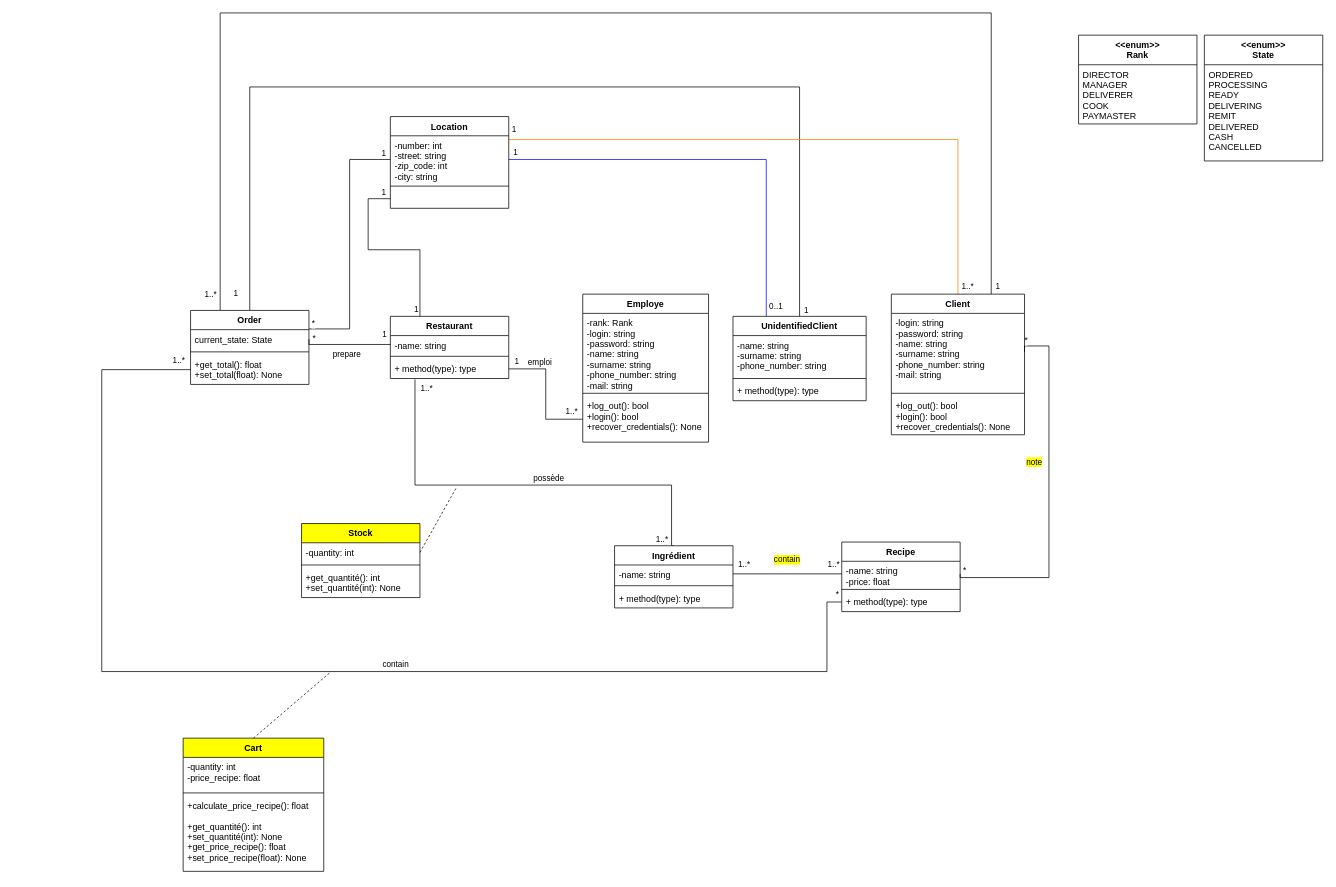
damien-devpy/OC-P6 keeps this draw.io diagram as Class diagram.drawio. Above is the earlier version. Source tidied: cells renumbered, new cells numbered last; positions are measured from the earlier drawing's top-left corner, leaving out a move shared by most shapes. Both pictures are drawn from the tidied source at 74%, with x=0, y=0 at pixel (101, 13).
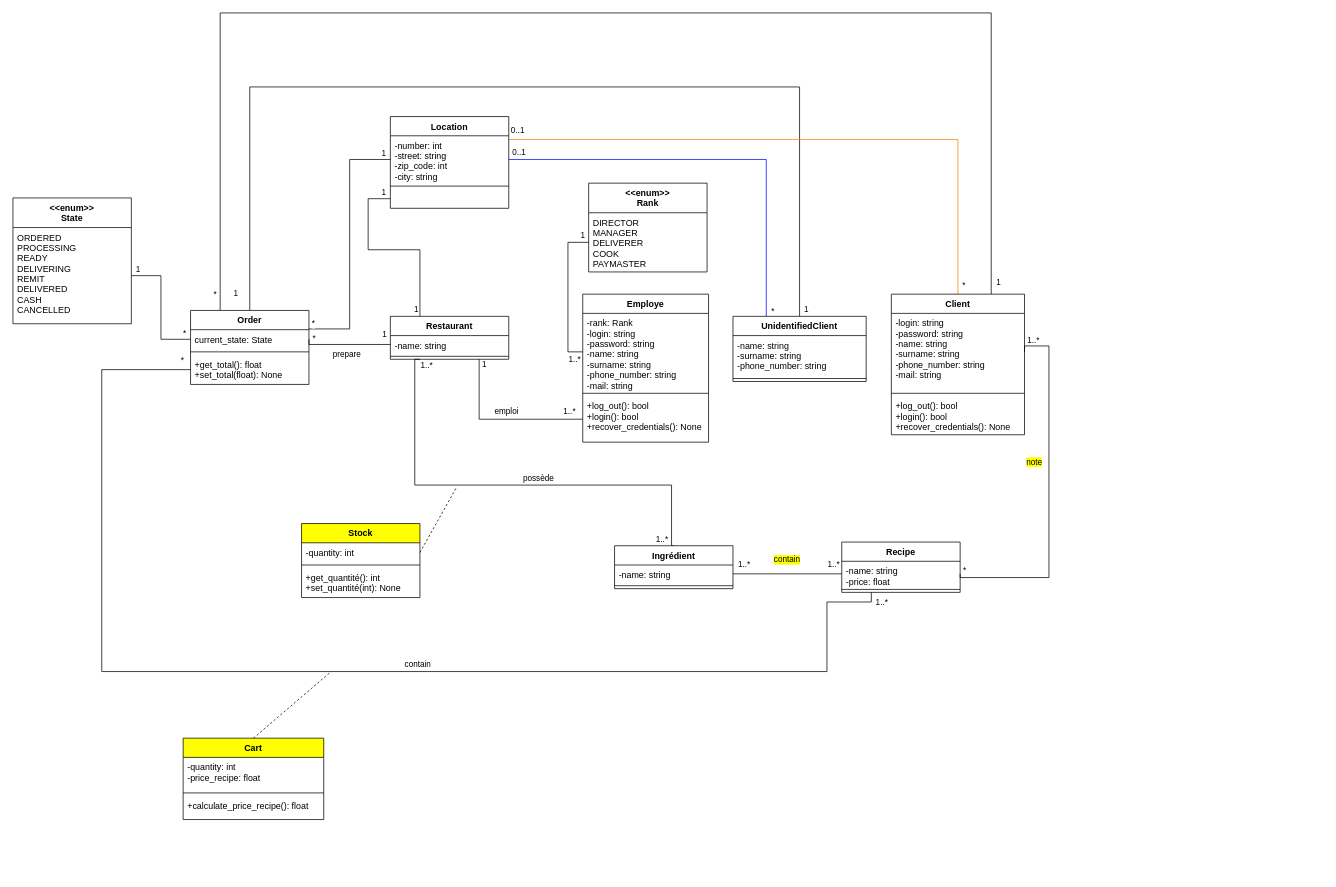
The same diagram, later.

Commit message (it also covers changes not shown here):
Deployement diagram. Multiplicity

Unchanged cells that the change refers to:
```xml
<mxCell id="15" style="edgeStyle=orthogonalEdgeStyle;rounded=0;jettySize=auto;html=1;exitX=1;exitY=0.5;exitDx=0;exitDy=0;entryX=1;entryY=0.5;entryDx=0;entryDy=0;endArrow=none;endFill=0;endSize=8;" parent="1" edge="1" source="41" target="56">
  <mxGeometry relative="1" as="geometry">
    <Array as="points">
      <mxPoint x="1247" y="450" />
      <mxPoint x="1280" y="450" />
      <mxPoint x="1280" y="763" />
      <mxPoint x="1160" y="763" />
    </Array>
  </mxGeometry>
</mxCell>
<mxCell id="27" style="edgeStyle=orthogonalEdgeStyle;rounded=0;jettySize=auto;html=1;exitX=0.5;exitY=0;exitDx=0;exitDy=0;endArrow=none;endFill=0;strokeWidth=1;endSize=8;strokeColor=#000000;entryX=0.5;entryY=0;entryDx=0;entryDy=0;" parent="1" edge="1" source="47" target="62">
  <mxGeometry relative="1" as="geometry">
    <Array as="points">
      <mxPoint x="943" y="100" />
      <mxPoint x="200" y="100" />
    </Array>
  </mxGeometry>
</mxCell>
<mxCell id="30" style="edgeStyle=orthogonalEdgeStyle;rounded=0;jettySize=auto;html=1;exitX=0.5;exitY=0;exitDx=0;exitDy=0;endArrow=none;endFill=0;endSize=8;strokeColor=#FF8000;entryX=1;entryY=0.25;entryDx=0;entryDy=0;" parent="1" edge="1" source="40" target="78">
  <mxGeometry relative="1" as="geometry">
    <Array as="points">
      <mxPoint x="1157" y="171" />
    </Array>
  </mxGeometry>
</mxCell>
<mxCell id="37" style="edgeStyle=orthogonalEdgeStyle;rounded=0;jettySize=auto;html=1;exitX=0.75;exitY=0;exitDx=0;exitDy=0;endArrow=none;endFill=0;strokeColor=#000000;entryX=0.25;entryY=0;entryDx=0;entryDy=0;" parent="1" edge="1" source="40" target="62">
  <mxGeometry relative="1" as="geometry">
    <Array as="points">
      <mxPoint x="1202" />
      <mxPoint x="160" />
    </Array>
  </mxGeometry>
</mxCell>
<mxCell id="44" style="edgeStyle=orthogonalEdgeStyle;rounded=0;jettySize=auto;html=1;exitX=0.25;exitY=0;exitDx=0;exitDy=0;endArrow=none;endFill=0;strokeColor=#0000FF;entryX=1;entryY=0.5;entryDx=0;entryDy=0;" parent="1" edge="1" source="47" target="79">
  <mxGeometry relative="1" as="geometry">
    <Array as="points">
      <mxPoint x="898" y="198" />
    </Array>
  </mxGeometry>
</mxCell>
<mxCell id="63" value="current_state: State" style="text;strokeColor=none;fillColor=none;align=left;verticalAlign=top;spacingLeft=4;spacingRight=4;overflow=hidden;points=[[0,0.5],[1,0.5]];portConstraint=eastwest;" parent="62" vertex="1">
  <mxGeometry y="26" width="160" height="26" as="geometry" />
</mxCell>
<mxCell id="65" value="+get_total(): float&#10;+set_total(float): None" style="text;strokeColor=none;fillColor=none;align=left;verticalAlign=top;spacingLeft=4;spacingRight=4;overflow=hidden;points=[[0,0.5],[1,0.5]];portConstraint=eastwest;" parent="62" vertex="1">
  <mxGeometry y="60" width="160" height="40" as="geometry" />
</mxCell>
<mxCell id="67" value="-rank: Rank&#10;-login: string&#10;-password: string&#10;-name: string&#10;-surname: string&#10;-phone_number: string&#10;-mail: string" style="text;strokeColor=none;fillColor=none;align=left;verticalAlign=top;spacingLeft=4;spacingRight=4;overflow=hidden;points=[[0,0.5],[1,0.5]];portConstraint=eastwest;" parent="66" vertex="1">
  <mxGeometry y="26" width="170" height="104" as="geometry" />
</mxCell>
<mxCell id="69" value="+log_out(): bool&#10;+login(): bool&#10;+recover_credentials(): None&#10;" style="text;strokeColor=none;fillColor=none;align=left;verticalAlign=top;spacingLeft=4;spacingRight=4;overflow=hidden;points=[[0,0.5],[1,0.5]];portConstraint=eastwest;" parent="66" vertex="1">
  <mxGeometry y="138" width="170" height="62" as="geometry" />
</mxCell>
```

The edit, as a diff of the source:
```diff
@@
-    <mxCell id="2" style="endArrow=none;html=1;entryX=0;entryY=0.5;entryDx=0;entryDy=0;exitX=1;exitY=0.5;exitDx=0;exitDy=0;edgeStyle=orthogonalEdgeStyle;rounded=0;" parent="1" edge="1" source="54" target="69">
+    <mxCell id="2" style="endArrow=none;html=1;entryX=0;entryY=0.5;entryDx=0;entryDy=0;exitX=0.75;exitY=1;exitDx=0;exitDy=0;edgeStyle=orthogonalEdgeStyle;rounded=0;" parent="1" edge="1" source="51" target="69">
       <mxGeometry relative="1" as="geometry" />
     </mxCell>
     <mxCell id="3" value="emploi" style="edgeLabel;html=1;align=center;verticalAlign=middle;" parent="2" vertex="1">
       <mxGeometry x="0.17" y="3" relative="1" as="geometry">
-        <mxPoint x="-12" y="-58" as="offset" />
+        <mxPoint x="-12" y="-8" as="offset" />
       </mxGeometry>
     </mxCell>
     <mxCell id="4" value="1" style="edgeLabel;html=1;align=center;verticalAlign=middle;" parent="2" vertex="1">
       <mxGeometry x="-0.86" y="2" relative="1" as="geometry">
-        <mxPoint x="-2" y="-9" as="offset" />
+        <mxPoint x="4" y="-9" as="offset" />
       </mxGeometry>
     </mxCell>
@@
-    <mxCell id="6" style="endArrow=none;html=1;edgeStyle=orthogonalEdgeStyle;rounded=0;entryX=0.208;entryY=1.047;entryDx=0;entryDy=0;entryPerimeter=0;exitX=0.5;exitY=0;exitDx=0;exitDy=0;" parent="1" edge="1" source="33" target="54">
+    <mxCell id="6" style="endArrow=none;html=1;edgeStyle=orthogonalEdgeStyle;rounded=0;entryX=0.25;entryY=1;entryDx=0;entryDy=0;exitX=0.5;exitY=0;exitDx=0;exitDy=0;" parent="1" edge="1" source="33" target="51">
       <mxGeometry relative="1" as="geometry">
         <Array as="points">
           <mxPoint x="770" y="720" />
           <mxPoint x="770" y="638" />
           <mxPoint x="423" y="638" />
+          <mxPoint x="423" y="468" />
         </Array>
       </mxGeometry>
     </mxCell>
@@
-    <mxCell id="18" value="*" style="edgeLabel;html=1;align=center;verticalAlign=middle;" parent="15" vertex="1">
+    <mxCell id="18" value="1..*" style="edgeLabel;html=1;align=center;verticalAlign=middle;" parent="15" vertex="1">
       <mxGeometry x="-0.89" y="-1" relative="1" as="geometry">
-        <mxPoint x="-17" y="-9" as="offset" />
+        <mxPoint x="-6.6" y="-10" as="offset" />
       </mxGeometry>
     </mxCell>
@@
-    <mxCell id="23" style="edgeStyle=orthogonalEdgeStyle;rounded=0;jettySize=auto;html=1;exitX=0;exitY=0.5;exitDx=0;exitDy=0;entryX=0;entryY=0.5;entryDx=0;entryDy=0;endArrow=none;endFill=0;" parent="1" edge="1" source="58" target="65">
+    <mxCell id="23" style="edgeStyle=orthogonalEdgeStyle;rounded=0;jettySize=auto;html=1;exitX=0.25;exitY=1;exitDx=0;exitDy=0;entryX=0;entryY=0.5;entryDx=0;entryDy=0;endArrow=none;endFill=0;" parent="1" edge="1" source="55" target="65">
       <mxGeometry relative="1" as="geometry">
         <Array as="points">
+          <mxPoint x="1040" y="796" />
           <mxPoint x="980" y="796" />
           <mxPoint x="980" y="890" />
           <mxPoint y="890" />
           <mxPoint y="482" />
         </Array>
       </mxGeometry>
     </mxCell>
@@
-    <mxCell id="25" value="*" style="edgeLabel;html=1;align=center;verticalAlign=middle;" parent="23" vertex="1">
+    <mxCell id="25" value="1..*" style="edgeLabel;html=1;align=center;verticalAlign=middle;" parent="23" vertex="1">
       <mxGeometry x="-0.95" y="-1" relative="1" as="geometry">
-        <mxPoint x="14" y="-31.9" as="offset" />
+        <mxPoint x="42" y="1" as="offset" />
       </mxGeometry>
     </mxCell>
-    <mxCell id="26" value="1..*" style="edgeLabel;html=1;align=center;verticalAlign=middle;" parent="23" vertex="1">
+    <mxCell id="26" value="*" style="edgeLabel;html=1;align=center;verticalAlign=middle;" parent="23" vertex="1">
       <mxGeometry x="0.91" y="-2" relative="1" as="geometry">
-        <mxPoint x="56.2" y="-16" as="offset" />
+        <mxPoint x="63.2" y="-16" as="offset" />
       </mxGeometry>
     </mxCell>
@@
     <mxCell id="29" value="1" style="edgeLabel;html=1;align=center;verticalAlign=middle;" parent="27" vertex="1">
       <mxGeometry x="-0.98" y="-2" relative="1" as="geometry">
-        <mxPoint x="6" y="5" as="offset" />
+        <mxPoint x="6" y="3" as="offset" />
       </mxGeometry>
     </mxCell>
@@
-    <mxCell id="31" value="1..*" style="edgeLabel;html=1;align=center;verticalAlign=middle;" parent="30" vertex="1">
+    <mxCell id="31" value="*" style="edgeLabel;html=1;align=center;verticalAlign=middle;" parent="30" vertex="1">
       <mxGeometry x="-0.96" y="1" relative="1" as="geometry">
-        <mxPoint x="13" y="4" as="offset" />
+        <mxPoint x="8" y="3.2" as="offset" />
       </mxGeometry>
     </mxCell>
-    <mxCell id="32" value="1" style="edgeLabel;html=1;align=center;verticalAlign=middle;" parent="30" vertex="1">
+    <mxCell id="32" value="0..1" style="edgeLabel;html=1;align=center;verticalAlign=middle;" parent="30" vertex="1">
       <mxGeometry x="0.95" y="1" relative="1" as="geometry">
-        <mxPoint x="-13.8" y="-16" as="offset" />
+        <mxPoint x="-8.2" y="-14" as="offset" />
       </mxGeometry>
     </mxCell>
     <mxCell id="33" value="Ingrédient" style="swimlane;fontStyle=1;align=center;verticalAlign=top;horizontal=1;startSize=26;" parent="1" vertex="1">
-      <mxGeometry x="693" y="720" width="160" height="84" as="geometry" />
+      <mxGeometry x="693" y="720" width="160" height="58" as="geometry" />
     </mxCell>
@@
-    <mxCell id="36" value="+ method(type): type" style="text;strokeColor=none;fillColor=none;align=left;verticalAlign=top;spacingLeft=4;spacingRight=4;overflow=hidden;" parent="33" vertex="1">
-      <mxGeometry y="58" width="160" height="26" as="geometry" />
-    </mxCell>
@@
-    <mxCell id="38" value="1..*" style="edgeLabel;html=1;align=center;verticalAlign=middle;" parent="37" vertex="1">
+    <mxCell id="38" value="*" style="edgeLabel;html=1;align=center;verticalAlign=middle;" parent="37" vertex="1">
       <mxGeometry x="0.98" y="-2" relative="1" as="geometry">
-        <mxPoint x="-12" y="-5" as="offset" />
+        <mxPoint x="-6" y="-5" as="offset" />
       </mxGeometry>
     </mxCell>
     <mxCell id="39" value="1" style="edgeLabel;html=1;align=center;verticalAlign=middle;" parent="37" vertex="1">
       <mxGeometry x="-0.98" y="-1" relative="1" as="geometry">
-        <mxPoint x="7" y="6" as="offset" />
+        <mxPoint x="8" y="1" as="offset" />
       </mxGeometry>
     </mxCell>
@@
-    <mxCell id="45" value="0..1" style="edgeLabel;html=1;align=center;verticalAlign=middle;" parent="44" vertex="1">
+    <mxCell id="45" value="*" style="edgeLabel;html=1;align=center;verticalAlign=middle;" parent="44" vertex="1">
       <mxGeometry x="-0.95" relative="1" as="geometry">
-        <mxPoint x="12" as="offset" />
+        <mxPoint x="8" y="6" as="offset" />
       </mxGeometry>
     </mxCell>
-    <mxCell id="46" value="1" style="edgeLabel;html=1;align=center;verticalAlign=middle;" parent="44" vertex="1">
+    <mxCell id="46" value="0..1" style="edgeLabel;html=1;align=center;verticalAlign=middle;" parent="44" vertex="1">
       <mxGeometry x="0.96" y="1" relative="1" as="geometry">
-        <mxPoint x="-3" y="-11" as="offset" />
+        <mxPoint x="2" y="-11" as="offset" />
       </mxGeometry>
     </mxCell>
     <mxCell id="47" value="UnidentifiedClient" style="swimlane;fontStyle=1;align=center;verticalAlign=top;horizontal=1;startSize=26;" parent="1" vertex="1">
-      <mxGeometry x="853" y="410" width="180" height="114" as="geometry" />
+      <mxGeometry x="853" y="410" width="180" height="88" as="geometry" />
     </mxCell>
@@
-    <mxCell id="50" value="+ method(type): type" style="text;strokeColor=none;fillColor=none;align=left;verticalAlign=top;spacingLeft=4;spacingRight=4;overflow=hidden;" parent="47" vertex="1">
-      <mxGeometry y="88" width="180" height="26" as="geometry" />
-    </mxCell>
     <mxCell id="51" value="Restaurant" style="swimlane;fontStyle=1;align=center;verticalAlign=top;horizontal=1;startSize=26;" parent="1" vertex="1">
-      <mxGeometry x="390" y="410" width="160" height="84" as="geometry" />
+      <mxGeometry x="390" y="410" width="160" height="58" as="geometry" />
     </mxCell>
@@
-    <mxCell id="54" value="+ method(type): type" style="text;strokeColor=none;fillColor=none;align=left;verticalAlign=top;spacingLeft=4;spacingRight=4;overflow=hidden;points=[[0,0.5],[1,0.5]];portConstraint=eastwest;" parent="51" vertex="1">
-      <mxGeometry y="58" width="160" height="26" as="geometry" />
-    </mxCell>
     <mxCell id="55" value="Recipe" style="swimlane;fontStyle=1;align=center;verticalAlign=top;horizontal=1;startSize=26;" parent="1" vertex="1">
-      <mxGeometry x="1000" y="715" width="160" height="94" as="geometry" />
+      <mxGeometry x="1000" y="715" width="160" height="68" as="geometry" />
     </mxCell>
@@
-    <mxCell id="58" value="+ method(type): type" style="text;strokeColor=none;fillColor=none;align=left;verticalAlign=top;spacingLeft=4;spacingRight=4;overflow=hidden;points=[[0,0.5],[1,0.5]];portConstraint=eastwest;" parent="55" vertex="1">
-      <mxGeometry y="68" width="160" height="26" as="geometry" />
-    </mxCell>
@@
-    <mxCell id="70" value="&lt;&lt;enum&gt;&gt;&#10;Rank" style="swimlane;fontStyle=1;align=center;verticalAlign=top;horizontal=1;startSize=40;fontSize=12;swimlaneLine=1;" parent="1" vertex="1">
-      <mxGeometry x="1320" y="30" width="160" height="120" as="geometry" />
-    </mxCell>
-    <mxCell id="71" value="DIRECTOR&#10;MANAGER&#10;DELIVERER&#10;COOK&#10;PAYMASTER" style="text;strokeColor=none;fillColor=none;align=left;verticalAlign=top;spacingLeft=4;spacingRight=4;overflow=hidden;points=[[0,0.5],[1,0.5]];portConstraint=eastwest;" parent="70" vertex="1">
-      <mxGeometry y="40" width="160" height="80" as="geometry" />
-    </mxCell>
-    <mxCell id="72" value="&lt;&lt;enum&gt;&gt;&#10;State" style="swimlane;fontStyle=1;align=center;verticalAlign=top;horizontal=1;startSize=40;fontSize=12;swimlaneLine=1;" parent="1" vertex="1">
-      <mxGeometry x="1490" y="30" width="160" height="170" as="geometry" />
-    </mxCell>
-    <mxCell id="73" value="ORDERED&#10;PROCESSING&#10;READY&#10;DELIVERING&#10;REMIT&#10;DELIVERED&#10;CASH&#10;CANCELLED" style="text;strokeColor=none;fillColor=none;align=left;verticalAlign=top;spacingLeft=4;spacingRight=4;overflow=hidden;points=[[0,0.5],[1,0.5]];portConstraint=eastwest;" parent="72" vertex="1">
-      <mxGeometry y="40" width="160" height="130" as="geometry" />
-    </mxCell>
@@
     <mxCell id="85" value="Cart" style="swimlane;fontStyle=1;align=center;verticalAlign=top;horizontal=1;startSize=26;fillColor=#FFFF00;" parent="1" vertex="1">
-      <mxGeometry x="110" y="980" width="190" height="180" as="geometry" />
+      <mxGeometry x="110" y="980" width="190" height="110" as="geometry" />
     </mxCell>
@@
-    <mxCell id="88" value="+calculate_price_recipe(): float&#10;&#10;+get_quantité(): int&#10;+set_quantité(int): None&#10;+get_price_recipe(): float&#10;+set_price_recipe(float): None" style="text;strokeColor=none;fillColor=none;align=left;verticalAlign=top;spacingLeft=4;spacingRight=4;overflow=hidden;" parent="85" vertex="1">
-      <mxGeometry y="78" width="190" height="102" as="geometry" />
+    <mxCell id="88" value="+calculate_price_recipe(): float" style="text;strokeColor=none;fillColor=none;align=left;verticalAlign=top;spacingLeft=4;spacingRight=4;overflow=hidden;" parent="85" vertex="1">
+      <mxGeometry y="78" width="190" height="32" as="geometry" />
     </mxCell>
@@
+    <mxCell id="70" value="&lt;&lt;enum&gt;&gt;&#10;Rank" style="swimlane;fontStyle=1;align=center;verticalAlign=top;horizontal=1;startSize=40;fontSize=12;swimlaneLine=1;" parent="1" vertex="1">
+      <mxGeometry x="658" y="230" width="160" height="120" as="geometry" />
+    </mxCell>
+    <mxCell id="71" value="DIRECTOR&#10;MANAGER&#10;DELIVERER&#10;COOK&#10;PAYMASTER" style="text;strokeColor=none;fillColor=none;align=left;verticalAlign=top;spacingLeft=4;spacingRight=4;overflow=hidden;points=[[0,0.5],[1,0.5]];portConstraint=eastwest;" parent="70" vertex="1">
+      <mxGeometry y="40" width="160" height="80" as="geometry" />
+    </mxCell>
+    <mxCell id="72" value="&lt;&lt;enum&gt;&gt;&#10;State" style="swimlane;fontStyle=1;align=center;verticalAlign=top;horizontal=1;startSize=40;fontSize=12;swimlaneLine=1;" parent="1" vertex="1">
+      <mxGeometry x="-120" y="250" width="160" height="170" as="geometry" />
+    </mxCell>
+    <mxCell id="73" value="ORDERED&#10;PROCESSING&#10;READY&#10;DELIVERING&#10;REMIT&#10;DELIVERED&#10;CASH&#10;CANCELLED" style="text;strokeColor=none;fillColor=none;align=left;verticalAlign=top;spacingLeft=4;spacingRight=4;overflow=hidden;points=[[0,0.5],[1,0.5]];portConstraint=eastwest;" parent="72" vertex="1">
+      <mxGeometry y="40" width="160" height="130" as="geometry" />
+    </mxCell>
+    <mxCell id="90" style="endArrow=none;html=1;entryX=0;entryY=0.5;entryDx=0;entryDy=0;exitX=0;exitY=0.5;exitDx=0;exitDy=0;edgeStyle=orthogonalEdgeStyle;rounded=0;" parent="1" edge="1" source="67" target="71">
+      <mxGeometry relative="1" as="geometry">
+        <Array as="points">
+          <mxPoint x="630" y="458" />
+          <mxPoint x="630" y="310" />
+        </Array>
+      </mxGeometry>
+    </mxCell>
+    <mxCell id="91" value="1" style="edgeLabel;html=1;align=center;verticalAlign=middle;" parent="90" vertex="1">
+      <mxGeometry x="0.92" y="-1" relative="1" as="geometry">
+        <mxPoint x="-0.2" y="-11" as="offset" />
+      </mxGeometry>
+    </mxCell>
+    <mxCell id="92" value="1..*" style="edgeLabel;html=1;align=center;verticalAlign=middle;" parent="90" vertex="1">
+      <mxGeometry x="-0.92" relative="1" as="geometry">
+        <mxPoint x="-3.6" y="9" as="offset" />
+      </mxGeometry>
+    </mxCell>
+    <mxCell id="93" style="edgeStyle=orthogonalEdgeStyle;rounded=0;jettySize=auto;html=1;exitX=1;exitY=0.5;exitDx=0;exitDy=0;entryX=0;entryY=0.5;entryDx=0;entryDy=0;endArrow=none;endFill=0;" parent="1" edge="1" source="73" target="63">
+      <mxGeometry relative="1" as="geometry" />
+    </mxCell>
+    <mxCell id="94" value="1" style="edgeLabel;html=1;align=center;verticalAlign=middle;rotation=0;" parent="93" vertex="1">
+      <mxGeometry x="-0.89" relative="1" as="geometry">
+        <mxPoint x="-0.8" y="-10" as="offset" />
+      </mxGeometry>
+    </mxCell>
+    <mxCell id="95" value="*" style="edgeLabel;html=1;align=center;verticalAlign=middle;" parent="93" vertex="1">
+      <mxGeometry x="0.87" y="1" relative="1" as="geometry">
+        <mxPoint x="2.8" y="-8" as="offset" />
+      </mxGeometry>
+    </mxCell>
```
